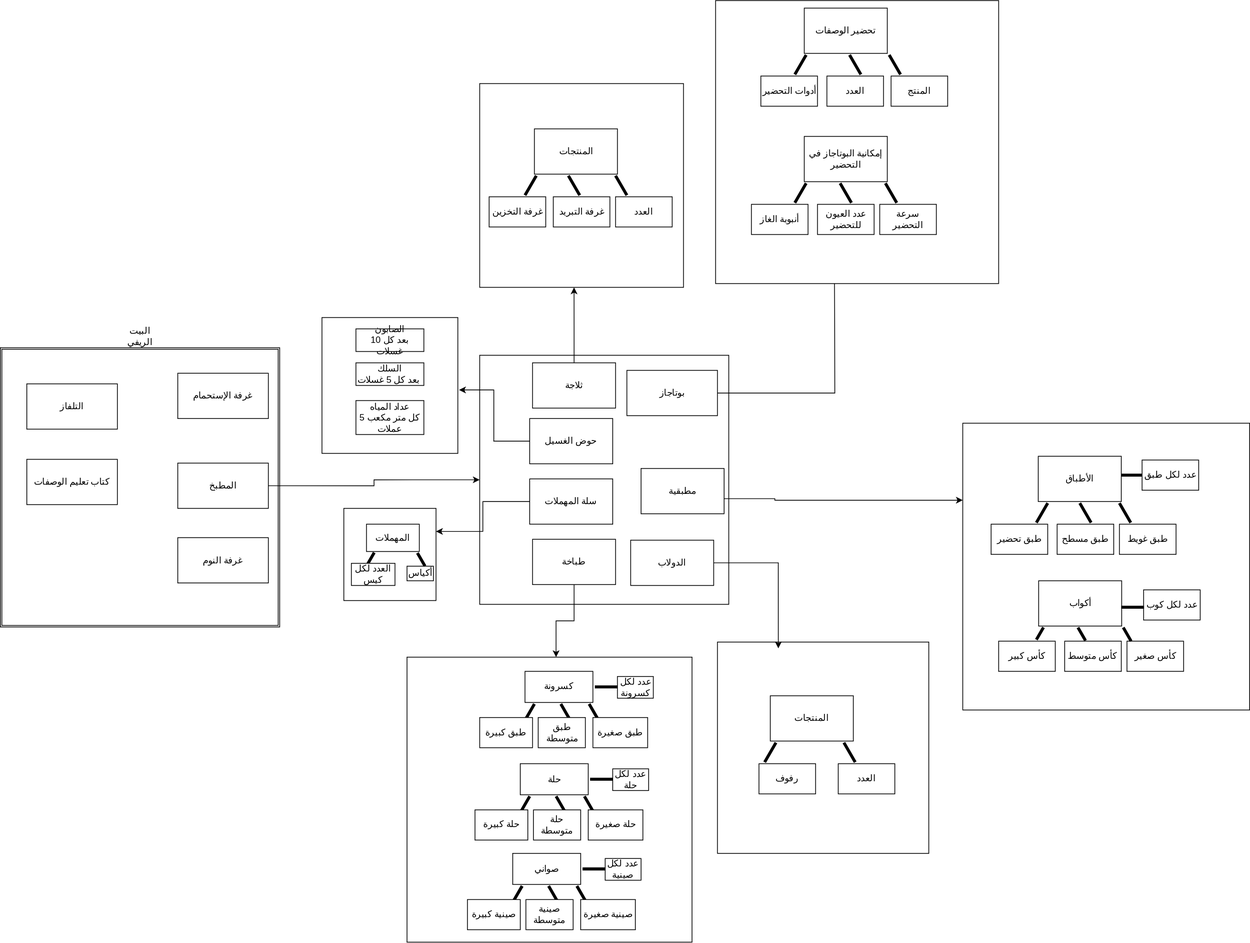
Earlier version of the draw.io export بيت الريف.svg (mahmoud-y0usef/chefo-uml). Source tidied: cells renumbered, new cells last; positions are measured from the earlier drawing's top-left corner, leaving out a move shared by most shapes.
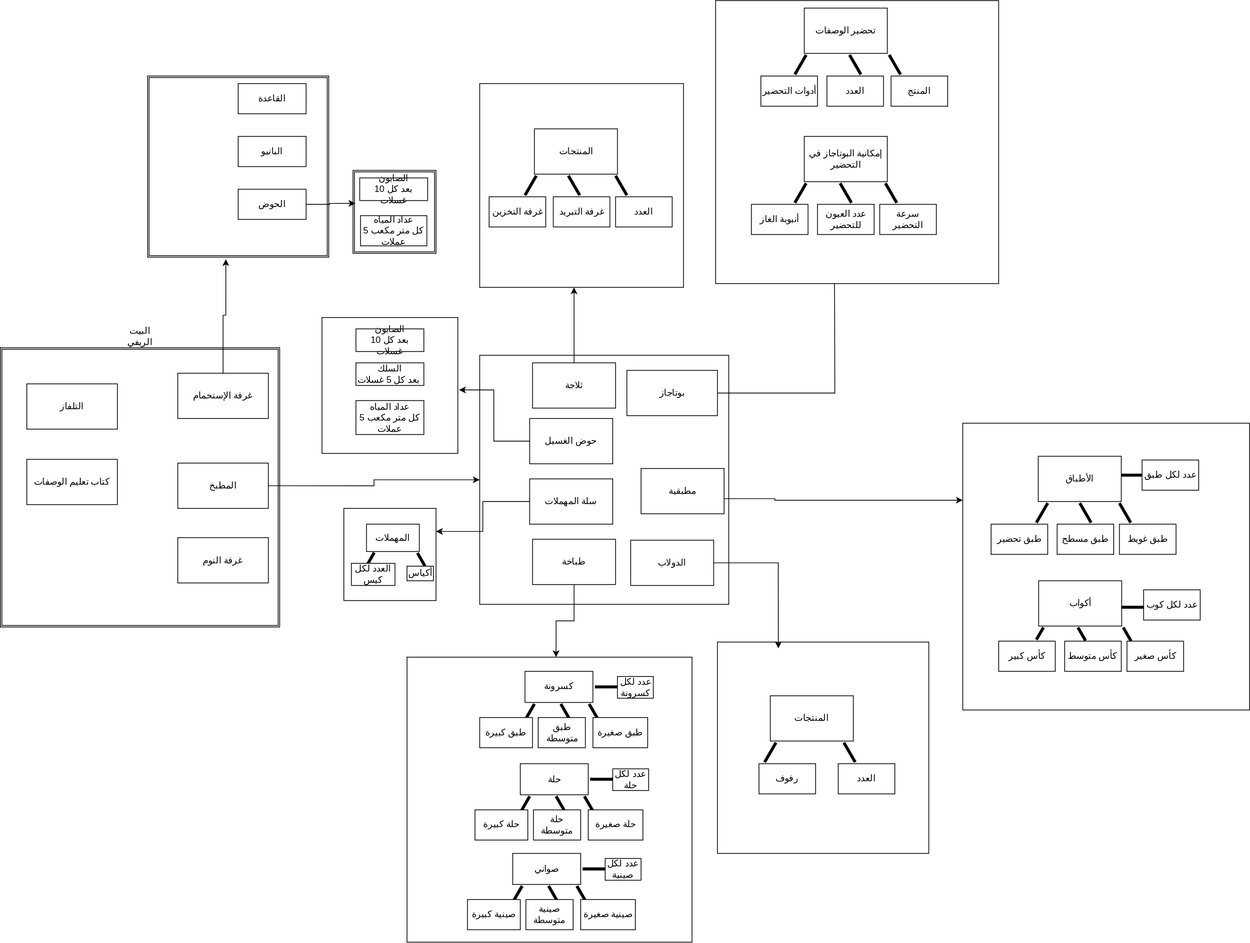
The same diagram one commit later.

What changed in the source:
```diff
@@ -352,5 +352,32 @@
     <mxCell id="113" value="عداد المياه&lt;br&gt;كل متر مكعب 5 عملات" style="rounded=0;whiteSpace=wrap;html=1;labelBackgroundColor=none;" parent="1" vertex="1">
       <mxGeometry x="471.1" y="530" width="90" height="45" as="geometry" />
     </mxCell>
+    <mxCell id="114" style="shape=ext;double=1;whiteSpace=wrap;html=1;labelBackgroundColor=none;" parent="1" vertex="1">
+      <mxGeometry x="195" y="100" width="240" height="240" as="geometry" />
+    </mxCell>
+    <mxCell id="115" style="edgeStyle=orthogonalEdgeStyle;rounded=0;jettySize=auto;html=1;exitX=0.5;exitY=0;exitDx=0;exitDy=0;entryX=0.432;entryY=1.011;entryDx=0;entryDy=0;entryPerimeter=0;" parent="1" edge="1" source="4" target="114">
+      <mxGeometry relative="1" as="geometry" />
+    </mxCell>
+    <mxCell id="116" value="القاعدة" style="rounded=0;whiteSpace=wrap;html=1;labelBackgroundColor=none;" parent="1" vertex="1">
+      <mxGeometry x="315" y="110" width="90" height="40" as="geometry" />
+    </mxCell>
+    <mxCell id="117" value="البانيو" style="rounded=0;whiteSpace=wrap;html=1;labelBackgroundColor=none;" parent="1" vertex="1">
+      <mxGeometry x="315" y="180" width="90" height="40" as="geometry" />
+    </mxCell>
+    <mxCell id="118" value="الحوض" style="rounded=0;whiteSpace=wrap;html=1;labelBackgroundColor=none;" parent="1" vertex="1">
+      <mxGeometry x="315" y="250" width="90" height="40" as="geometry" />
+    </mxCell>
+    <mxCell id="119" style="shape=ext;double=1;whiteSpace=wrap;html=1;labelBackgroundColor=none;" parent="1" vertex="1">
+      <mxGeometry x="467.1" y="225" width="110" height="110" as="geometry" />
+    </mxCell>
+    <mxCell id="120" style="edgeStyle=orthogonalEdgeStyle;rounded=0;jettySize=auto;html=1;exitX=1;exitY=0.5;exitDx=0;exitDy=0;entryX=0.029;entryY=0.398;entryDx=0;entryDy=0;entryPerimeter=0;" parent="1" edge="1" source="118" target="119">
+      <mxGeometry relative="1" as="geometry" />
+    </mxCell>
+    <mxCell id="121" value="الصابون&lt;br&gt;بعد كل 10 غسلات" style="rounded=0;whiteSpace=wrap;html=1;labelBackgroundColor=none;" parent="1" vertex="1">
+      <mxGeometry x="476.1" y="235" width="90" height="30" as="geometry" />
+    </mxCell>
+    <mxCell id="122" value="عداد المياه&lt;br&gt;كل متر مكعب 5 عملات" style="rounded=0;whiteSpace=wrap;html=1;labelBackgroundColor=none;" parent="1" vertex="1">
+      <mxGeometry x="477.1" y="285" width="87.9" height="40" as="geometry" />
+    </mxCell>
   </root>
 </mxGraphModel>
```
